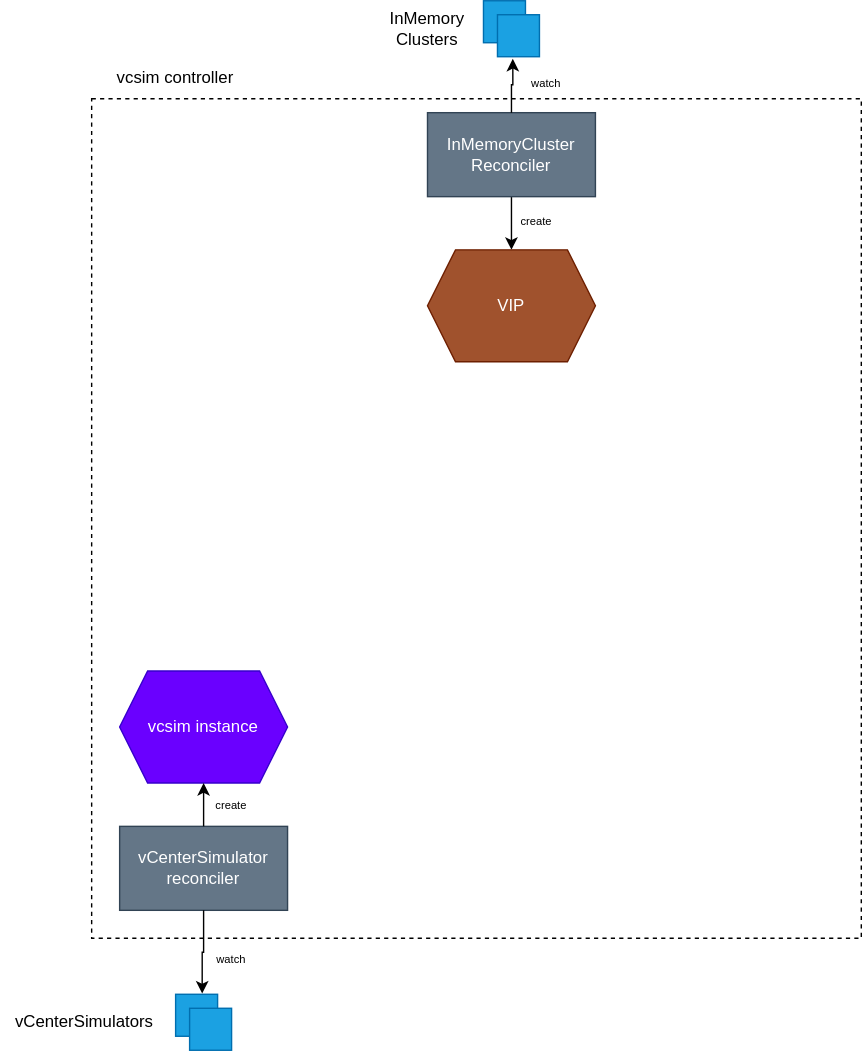
kubernetes-sigs/cluster-api-provider-vsphere keeps this draw.io diagram as test/infrastructure/vcsim/architecture-part1.drawio.svg. Above is the earlier version. Source tidied: cells renumbered, new cells last; positions are measured from the earlier drawing's top-left corner, leaving out a move shared by most shapes. The source it was exported from:
```xml
<mxGraphModel>
  <root>
    <mxCell id="0" />
    <mxCell id="1" parent="0" />
    <mxCell id="2" style="rounded=0;whiteSpace=wrap;html=1;dashed=1;fillColor=none;" parent="1" vertex="1">
      <mxGeometry x="65" y="70" width="550" height="600" as="geometry" />
    </mxCell>
    <mxCell id="3" style="group;" parent="1" vertex="1">
      <mxGeometry x="345" width="40" height="40" as="geometry" />
    </mxCell>
    <mxCell id="4" style="rounded=0;whiteSpace=wrap;html=1;fillColor=#1ba1e2;fontColor=#ffffff;strokeColor=#006EAF;" parent="3" vertex="1">
      <mxGeometry width="30" height="30" as="geometry" />
    </mxCell>
    <mxCell id="5" style="rounded=0;whiteSpace=wrap;html=1;fillColor=#1ba1e2;fontColor=#ffffff;strokeColor=#006EAF;" parent="3" vertex="1">
      <mxGeometry x="10" y="10" width="30" height="30" as="geometry" />
    </mxCell>
    <mxCell id="6" style="edgeStyle=orthogonalEdgeStyle;rounded=0;jettySize=auto;html=1;entryX=0.5;entryY=0;entryDx=0;entryDy=0;" parent="1" edge="1" source="7" target="8">
      <mxGeometry relative="1" as="geometry" />
    </mxCell>
    <mxCell id="7" value="InMemoryCluster&lt;br&gt;Reconciler" style="rounded=0;whiteSpace=wrap;html=1;fillColor=#647687;fontColor=#ffffff;strokeColor=#314354;" parent="1" vertex="1">
      <mxGeometry x="305" y="80" width="120" height="60" as="geometry" />
    </mxCell>
    <mxCell id="8" value="VIP" style="shape=hexagon;perimeter=hexagonPerimeter2;whiteSpace=wrap;html=1;fixedSize=1;fillColor=#a0522d;fontColor=#ffffff;strokeColor=#6D1F00;" parent="1" vertex="1">
      <mxGeometry x="305" y="178" width="120" height="80" as="geometry" />
    </mxCell>
    <mxCell id="9" style="edgeStyle=orthogonalEdgeStyle;rounded=0;jettySize=auto;html=1;entryX=0.365;entryY=1.05;entryDx=0;entryDy=0;entryPerimeter=0;" parent="1" edge="1" source="7" target="5">
      <mxGeometry relative="1" as="geometry" />
    </mxCell>
    <mxCell id="10" value="InMemory&lt;br&gt;Clusters" style="text;html=1;align=center;verticalAlign=middle;whiteSpace=wrap;rounded=0;" parent="1" vertex="1">
      <mxGeometry x="275" y="5" width="60" height="30" as="geometry" />
    </mxCell>
    <mxCell id="11" value="&lt;div&gt;vcsim controller&lt;/div&gt;" style="text;html=1;align=center;verticalAlign=middle;whiteSpace=wrap;rounded=0;" parent="1" vertex="1">
      <mxGeometry x="65" y="40" width="120" height="30" as="geometry" />
    </mxCell>
    <mxCell id="12" value="watch" style="text;html=1;align=center;verticalAlign=middle;whiteSpace=wrap;rounded=0;fontSize=8;" parent="1" vertex="1">
      <mxGeometry x="370" y="54" width="40" height="10" as="geometry" />
    </mxCell>
    <mxCell id="13" value="create" style="text;html=1;align=center;verticalAlign=middle;whiteSpace=wrap;rounded=0;fontSize=8;" parent="1" vertex="1">
      <mxGeometry x="363" y="153" width="40" height="10" as="geometry" />
    </mxCell>
    <mxCell id="14" value="&lt;div&gt;vCenterSimulator&lt;/div&gt;&lt;div&gt;reconciler&lt;/div&gt;" style="rounded=0;whiteSpace=wrap;html=1;fillColor=#647687;fontColor=#ffffff;strokeColor=#314354;" parent="1" vertex="1">
      <mxGeometry x="85" y="590" width="120" height="60" as="geometry" />
    </mxCell>
    <mxCell id="15" style="group;" parent="1" vertex="1">
      <mxGeometry x="125" y="710" width="40" height="40" as="geometry" />
    </mxCell>
    <mxCell id="16" style="rounded=0;whiteSpace=wrap;html=1;fillColor=#1ba1e2;fontColor=#ffffff;strokeColor=#006EAF;" parent="15" vertex="1">
      <mxGeometry width="30" height="30" as="geometry" />
    </mxCell>
    <mxCell id="17" style="rounded=0;whiteSpace=wrap;html=1;fillColor=#1ba1e2;fontColor=#ffffff;strokeColor=#006EAF;" parent="15" vertex="1">
      <mxGeometry x="10" y="10" width="30" height="30" as="geometry" />
    </mxCell>
    <mxCell id="18" value="vCenterSimulators" style="text;html=1;align=center;verticalAlign=middle;whiteSpace=wrap;rounded=0;" parent="1" vertex="1">
      <mxGeometry y="715" width="120" height="30" as="geometry" />
    </mxCell>
    <mxCell id="19" style="edgeStyle=orthogonalEdgeStyle;rounded=0;jettySize=auto;html=1;exitX=0.5;exitY=1;exitDx=0;exitDy=0;entryX=0.633;entryY=-0.016;entryDx=0;entryDy=0;entryPerimeter=0;" parent="1" edge="1" source="14" target="16">
      <mxGeometry relative="1" as="geometry" />
    </mxCell>
    <mxCell id="20" value="create" style="text;html=1;align=center;verticalAlign=middle;whiteSpace=wrap;rounded=0;fontSize=8;" parent="1" vertex="1">
      <mxGeometry x="145" y="570" width="40" height="10" as="geometry" />
    </mxCell>
    <mxCell id="21" value="vcsim instance" style="shape=hexagon;perimeter=hexagonPerimeter2;whiteSpace=wrap;html=1;fixedSize=1;fillColor=#6a00ff;fontColor=#ffffff;strokeColor=#3700CC;" parent="1" vertex="1">
      <mxGeometry x="85" y="479" width="120" height="80" as="geometry" />
    </mxCell>
    <mxCell id="22" style="edgeStyle=orthogonalEdgeStyle;rounded=0;jettySize=auto;html=1;entryX=0.5;entryY=1;entryDx=0;entryDy=0;exitX=0.5;exitY=0;exitDx=0;exitDy=0;" parent="1" edge="1" source="14" target="21">
      <mxGeometry relative="1" as="geometry" />
    </mxCell>
    <mxCell id="23" value="watch" style="text;html=1;align=center;verticalAlign=middle;whiteSpace=wrap;rounded=0;fontSize=8;" parent="1" vertex="1">
      <mxGeometry x="145" y="680" width="40" height="10" as="geometry" />
    </mxCell>
  </root>
</mxGraphModel>
```
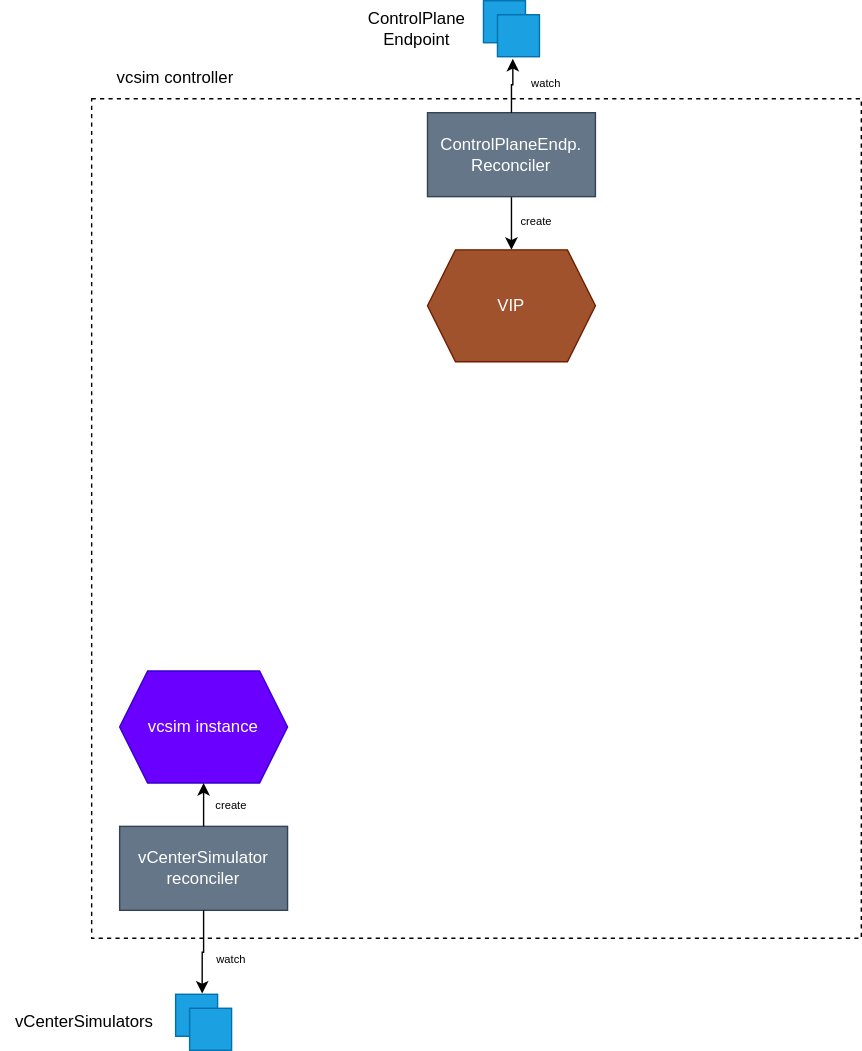
The same file after the commit.

What changed in the source:
```diff
@@ -17,7 +17,7 @@
     <mxCell id="6" style="edgeStyle=orthogonalEdgeStyle;rounded=0;jettySize=auto;html=1;entryX=0.5;entryY=0;entryDx=0;entryDy=0;" parent="1" edge="1" source="7" target="8">
       <mxGeometry relative="1" as="geometry" />
     </mxCell>
-    <mxCell id="7" value="InMemoryCluster&lt;br&gt;Reconciler" style="rounded=0;whiteSpace=wrap;html=1;fillColor=#647687;fontColor=#ffffff;strokeColor=#314354;" parent="1" vertex="1">
+    <mxCell id="7" value="ControlPlaneEndp.&lt;br&gt;Reconciler" style="rounded=0;whiteSpace=wrap;html=1;fillColor=#647687;fontColor=#ffffff;strokeColor=#314354;" parent="1" vertex="1">
       <mxGeometry x="305" y="80" width="120" height="60" as="geometry" />
     </mxCell>
     <mxCell id="8" value="VIP" style="shape=hexagon;perimeter=hexagonPerimeter2;whiteSpace=wrap;html=1;fixedSize=1;fillColor=#a0522d;fontColor=#ffffff;strokeColor=#6D1F00;" parent="1" vertex="1">
@@ -26,8 +26,8 @@
     <mxCell id="9" style="edgeStyle=orthogonalEdgeStyle;rounded=0;jettySize=auto;html=1;entryX=0.365;entryY=1.05;entryDx=0;entryDy=0;entryPerimeter=0;" parent="1" edge="1" source="7" target="5">
       <mxGeometry relative="1" as="geometry" />
     </mxCell>
-    <mxCell id="10" value="InMemory&lt;br&gt;Clusters" style="text;html=1;align=center;verticalAlign=middle;whiteSpace=wrap;rounded=0;" parent="1" vertex="1">
-      <mxGeometry x="275" y="5" width="60" height="30" as="geometry" />
+    <mxCell id="10" value="ControlPlane&lt;br&gt;Endpoint" style="text;html=1;align=center;verticalAlign=middle;whiteSpace=wrap;rounded=0;" parent="1" vertex="1">
+      <mxGeometry x="260" y="5" width="75" height="30" as="geometry" />
     </mxCell>
     <mxCell id="11" value="&lt;div&gt;vcsim controller&lt;/div&gt;" style="text;html=1;align=center;verticalAlign=middle;whiteSpace=wrap;rounded=0;" parent="1" vertex="1">
       <mxGeometry x="65" y="40" width="120" height="30" as="geometry" />
```
